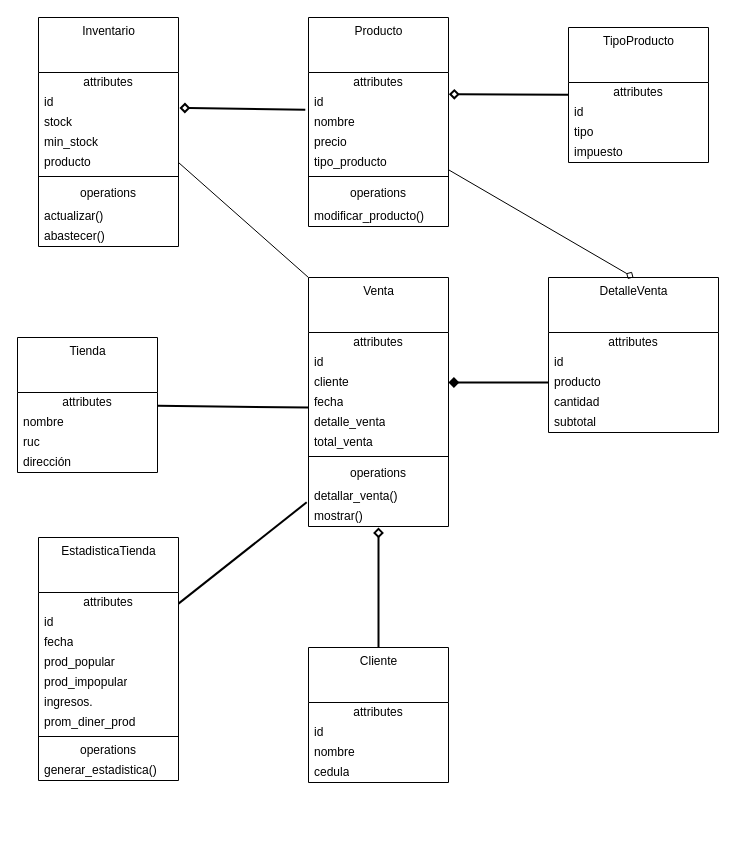
Earlier version of the draw.io diagram drawio/proyecto.drawio (RoChuquiana7845/TareaPOO1). Source tidied: cells renumbered, new cells numbered last; positions are measured from the earlier drawing's top-left corner, leaving out a move shared by most shapes. Both pictures are drawn from the tidied source at 100%, with x=0, y=0 at pixel (17, 17).
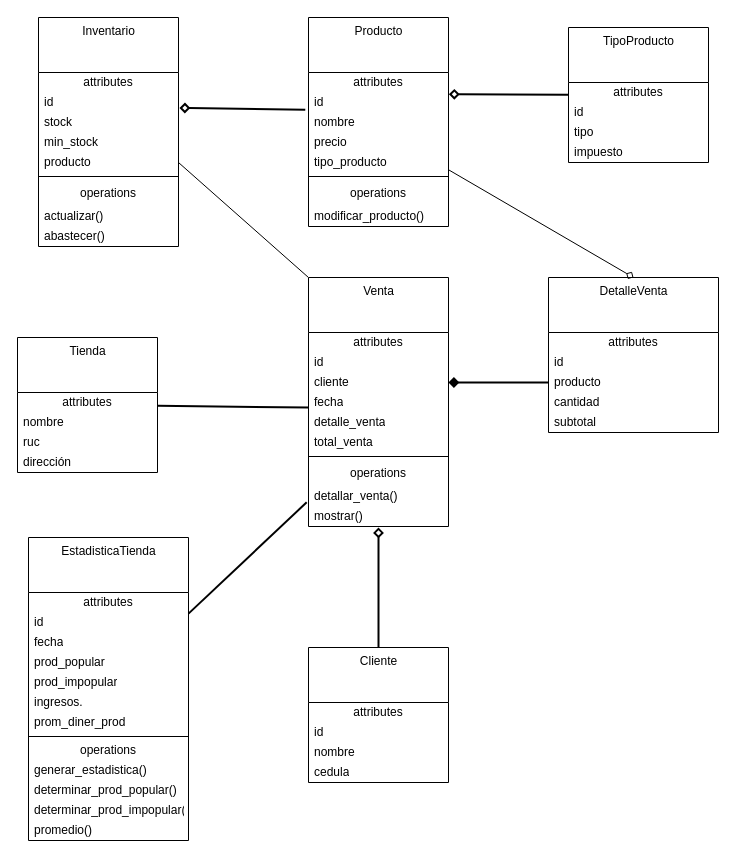
After the change.

Commit message:
Diagrama pulido

The edit, as a diff of the source:
```diff
@@
     <mxCell id="47" value="EstadisticaTienda" style="swimlane;fontStyle=0;align=center;verticalAlign=top;horizontal=1;startSize=55;html=1;" parent="1" vertex="1">
-      <mxGeometry x="21" y="520" width="140" height="243" as="geometry" />
+      <mxGeometry x="11" y="520" width="160" height="303" as="geometry" />
     </mxCell>
     <mxCell id="48" value="attributes" style="text;html=1;strokeColor=none;fillColor=none;align=center;verticalAlign=middle;spacingLeft=4;spacingRight=4;overflow=hidden;" parent="47" vertex="1">
-      <mxGeometry y="55" width="140" height="20" as="geometry" />
+      <mxGeometry y="55" width="160" height="20" as="geometry" />
     </mxCell>
     <mxCell id="49" value="id" style="text;html=1;strokeColor=none;fillColor=none;align=left;verticalAlign=middle;spacingLeft=4;spacingRight=4;overflow=hidden;" parent="47" vertex="1">
-      <mxGeometry y="75" width="140" height="20" as="geometry" />
+      <mxGeometry y="75" width="160" height="20" as="geometry" />
     </mxCell>
     <mxCell id="50" value="fecha" style="text;html=1;strokeColor=none;fillColor=none;align=left;verticalAlign=middle;spacingLeft=4;spacingRight=4;overflow=hidden;" parent="47" vertex="1">
-      <mxGeometry y="95" width="140" height="20" as="geometry" />
+      <mxGeometry y="95" width="160" height="20" as="geometry" />
     </mxCell>
     <mxCell id="51" value="prod_popular" style="text;html=1;strokeColor=none;fillColor=none;align=left;verticalAlign=middle;spacingLeft=4;spacingRight=4;overflow=hidden;" parent="47" vertex="1">
-      <mxGeometry y="115" width="140" height="20" as="geometry" />
+      <mxGeometry y="115" width="160" height="20" as="geometry" />
     </mxCell>
     <mxCell id="52" value="prod_impopular" style="text;html=1;strokeColor=none;fillColor=none;align=left;verticalAlign=middle;spacingLeft=4;spacingRight=4;overflow=hidden;" parent="47" vertex="1">
-      <mxGeometry y="135" width="140" height="20" as="geometry" />
+      <mxGeometry y="135" width="160" height="20" as="geometry" />
     </mxCell>
     <mxCell id="53" value="ingresos." style="text;html=1;strokeColor=none;fillColor=none;align=left;verticalAlign=middle;spacingLeft=4;spacingRight=4;overflow=hidden;" parent="47" vertex="1">
-      <mxGeometry y="155" width="140" height="20" as="geometry" />
+      <mxGeometry y="155" width="160" height="20" as="geometry" />
     </mxCell>
     <mxCell id="54" value="prom_diner_prod" style="text;html=1;strokeColor=none;fillColor=none;align=left;verticalAlign=middle;spacingLeft=4;spacingRight=4;overflow=hidden;" parent="47" vertex="1">
-      <mxGeometry y="175" width="140" height="20" as="geometry" />
+      <mxGeometry y="175" width="160" height="20" as="geometry" />
     </mxCell>
     <mxCell id="55" style="line;strokeWidth=1;fillColor=none;align=left;verticalAlign=middle;spacingTop=-1;spacingLeft=3;spacingRight=3;labelPosition=right;" parent="47" vertex="1">
-      <mxGeometry y="195" width="140" height="8" as="geometry" />
+      <mxGeometry y="195" width="160" height="8" as="geometry" />
     </mxCell>
     <mxCell id="56" value="operations" style="text;html=1;strokeColor=none;fillColor=none;align=center;verticalAlign=middle;spacingLeft=4;spacingRight=4;overflow=hidden;" parent="47" vertex="1">
-      <mxGeometry y="203" width="140" height="20" as="geometry" />
+      <mxGeometry y="203" width="160" height="20" as="geometry" />
     </mxCell>
     <mxCell id="57" value="generar_estadistica()" style="text;html=1;strokeColor=none;fillColor=none;align=left;verticalAlign=middle;spacingLeft=4;spacingRight=4;overflow=hidden;" parent="47" vertex="1">
-      <mxGeometry y="223" width="140" height="20" as="geometry" />
+      <mxGeometry y="223" width="160" height="20" as="geometry" />
     </mxCell>
+    <mxCell id="72" value="determinar_prod_popular()" style="text;html=1;strokeColor=none;fillColor=none;align=left;verticalAlign=middle;spacingLeft=4;spacingRight=4;overflow=hidden;" parent="47" vertex="1">
+      <mxGeometry y="243" width="160" height="20" as="geometry" />
+    </mxCell>
+    <mxCell id="73" value="determinar_prod_impopular()" style="text;html=1;strokeColor=none;fillColor=none;align=left;verticalAlign=middle;spacingLeft=4;spacingRight=4;overflow=hidden;" parent="47" vertex="1">
+      <mxGeometry y="263" width="160" height="20" as="geometry" />
+    </mxCell>
+    <mxCell id="74" value="promedio()" style="text;html=1;strokeColor=none;fillColor=none;align=left;verticalAlign=middle;spacingLeft=4;spacingRight=4;overflow=hidden;" parent="47" vertex="1">
+      <mxGeometry y="283" width="160" height="20" as="geometry" />
+    </mxCell>
```
